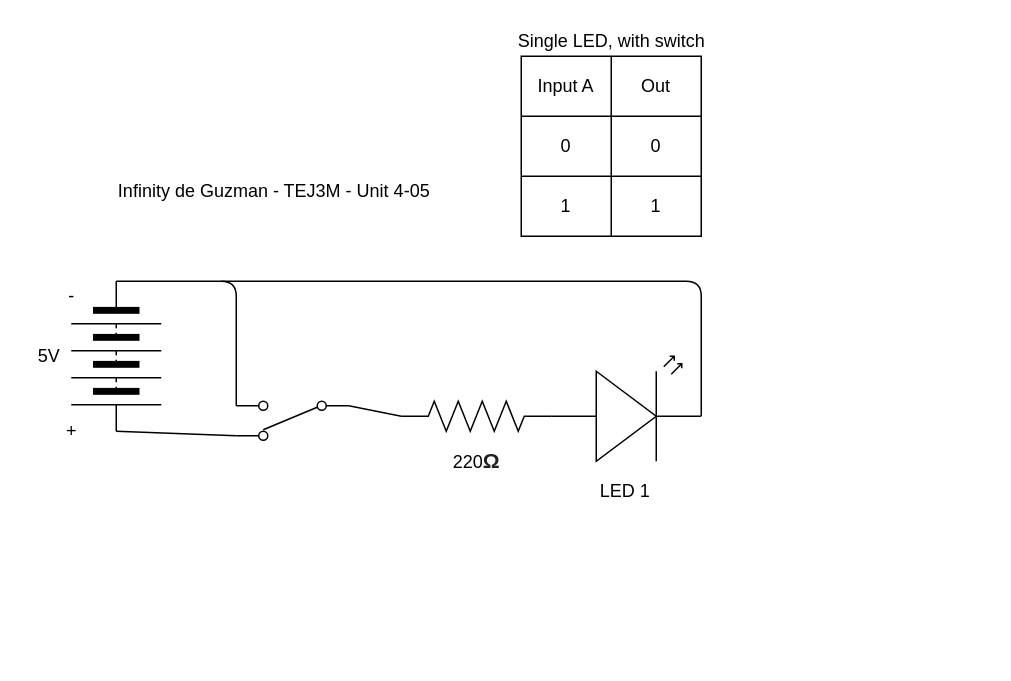
The draw.io diagram Unit4-06.drawio in Infinity-deGuzman/TEJ3M-Unit-4, before the edit. Source tidied: cells renumbered, new cells numbered last; positions are measured from the earlier drawing's top-left corner, leaving out a move shared by most shapes. Both pictures are drawn from the tidied source at 150%, with x=0, y=0 at pixel (26, 26).
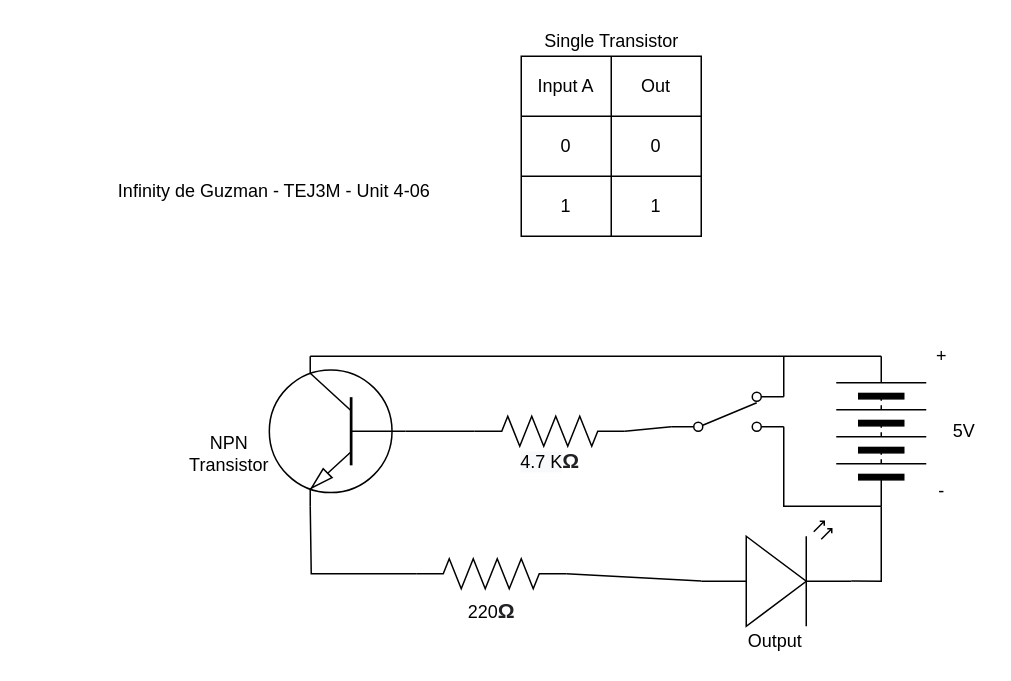
After the change.

What changed in the source:
```diff
@@
-    <mxCell id="2" style="edgeStyle=none;html=1;exitX=1;exitY=0.5;exitDx=0;exitDy=0;entryX=1;entryY=0.115;entryDx=0;entryDy=0;entryPerimeter=0;endArrow=none;endFill=0;" parent="1" edge="1" source="4" target="7">
-      <mxGeometry relative="1" as="geometry" />
-    </mxCell>
-    <mxCell id="3" style="edgeStyle=none;html=1;exitX=0;exitY=0.5;exitDx=0;exitDy=0;entryX=1;entryY=0.885;entryDx=0;entryDy=0;entryPerimeter=0;endArrow=none;endFill=0;" parent="1" edge="1" source="4" target="7">
-      <mxGeometry relative="1" as="geometry">
-        <Array as="points">
-          <mxPoint x="140" y="170" />
-        </Array>
-      </mxGeometry>
-    </mxCell>
-    <mxCell id="4" style="verticalLabelPosition=bottom;shadow=0;dashed=0;align=center;html=1;verticalAlign=top;shape=mxgraph.electrical.miscellaneous.batteryStack;rotation=90;" parent="1" vertex="1">
-      <mxGeometry x="10" y="190" width="100" height="60" as="geometry" />
-    </mxCell>
-    <mxCell id="5" style="verticalLabelPosition=bottom;shadow=0;dashed=0;align=center;html=1;verticalAlign=top;shape=mxgraph.electrical.resistors.resistor_2;" parent="1" vertex="1">
-      <mxGeometry x="250" y="250" width="100" height="20" as="geometry" />
-    </mxCell>
-    <mxCell id="6" style="edgeStyle=none;html=1;exitX=0;exitY=0.885;exitDx=0;exitDy=0;exitPerimeter=0;entryX=0;entryY=0.5;entryDx=0;entryDy=0;entryPerimeter=0;endArrow=none;endFill=0;" parent="1" edge="1" source="7" target="5">
-      <mxGeometry relative="1" as="geometry" />
-    </mxCell>
-    <mxCell id="7" style="verticalLabelPosition=bottom;shadow=0;dashed=0;align=center;html=1;verticalAlign=top;shape=mxgraph.electrical.electro-mechanical.2-way_switch;rotation=-180;" parent="1" vertex="1">
-      <mxGeometry x="140" y="250" width="75" height="26" as="geometry" />
-    </mxCell>
-    <mxCell id="8" style="edgeStyle=none;html=1;exitX=1;exitY=0.57;exitDx=0;exitDy=0;exitPerimeter=0;endArrow=none;endFill=0;" parent="1" edge="1" source="9">
-      <mxGeometry relative="1" as="geometry">
-        <mxPoint x="130" y="170" as="targetPoint" />
-        <Array as="points">
-          <mxPoint x="450" y="170" />
-        </Array>
-      </mxGeometry>
-    </mxCell>
-    <mxCell id="9" style="verticalLabelPosition=bottom;shadow=0;dashed=0;align=center;html=1;verticalAlign=top;shape=mxgraph.electrical.opto_electronics.led_2;" parent="1" vertex="1">
-      <mxGeometry x="350" y="220" width="100" height="70" as="geometry" />
-    </mxCell>
     <mxCell id="10" value="5V" style="text;html=1;align=center;verticalAlign=middle;strokeColor=none;fillColor=none;" parent="1" vertex="1">
-      <mxGeometry y="210" width="30" height="20" as="geometry" />
+      <mxGeometry x="610" y="260" width="30" height="20" as="geometry" />
     </mxCell>
     <mxCell id="11" value="-" style="text;html=1;align=center;verticalAlign=middle;strokeColor=none;fillColor=none;" parent="1" vertex="1">
-      <mxGeometry x="20" y="170" width="20" height="20" as="geometry" />
+      <mxGeometry x="600" y="300" width="20" height="20" as="geometry" />
     </mxCell>
     <mxCell id="12" value="+" style="text;html=1;align=center;verticalAlign=middle;strokeColor=none;fillColor=none;" parent="1" vertex="1">
-      <mxGeometry x="20" y="260" width="20" height="20" as="geometry" />
+      <mxGeometry x="600" y="210" width="20" height="20" as="geometry" />
     </mxCell>
-    <mxCell id="13" value="220&lt;b style=&quot;color: rgb(32 , 33 , 36) ; font-family: &amp;#34;arial&amp;#34; , sans-serif ; font-size: 14px ; text-align: left ; background-color: rgb(255 , 255 , 255)&quot;&gt;Ω&lt;/b&gt;" style="text;html=1;align=center;verticalAlign=middle;strokeColor=none;fillColor=none;" parent="1" vertex="1">
-      <mxGeometry x="275" y="280" width="50" height="20" as="geometry" />
+    <mxCell id="13" value="220&lt;b style=&quot;color: rgb(32 , 33 , 36) ; font-family: &amp;#34;arial&amp;#34; , sans-serif ; font-size: 14px ; text-align: left ; background-color: rgb(255 , 255 , 255)&quot;&gt;Ω&lt;/b&gt;" style="text;html=1;align=center;verticalAlign=middle;strokeColor=none;fillColor=none;rotation=0;" parent="1" vertex="1">
+      <mxGeometry x="285" y="380" width="50" height="20" as="geometry" />
     </mxCell>
-    <mxCell id="14" value="LED 1" style="text;html=1;align=center;verticalAlign=middle;strokeColor=none;fillColor=none;" parent="1" vertex="1">
-      <mxGeometry x="374" y="300" width="50" height="20" as="geometry" />
+    <mxCell id="14" value="Output" style="text;html=1;align=center;verticalAlign=middle;strokeColor=none;fillColor=none;" parent="1" vertex="1">
+      <mxGeometry x="474" y="400" width="50" height="20" as="geometry" />
     </mxCell>
@@
-    <mxCell id="25" value="Single LED, with switch" style="text;html=1;align=center;verticalAlign=middle;strokeColor=none;fillColor=none;" parent="1" vertex="1">
-      <mxGeometry x="320" width="140" height="20" as="geometry" />
+    <mxCell id="25" value="Single Transistor" style="text;html=1;align=center;verticalAlign=middle;strokeColor=none;fillColor=none;" parent="1" vertex="1">
+      <mxGeometry x="335" width="110" height="20" as="geometry" />
     </mxCell>
-    <mxCell id="26" value="Infinity de Guzman - TEJ3M - Unit 4-05" style="text;html=1;align=center;verticalAlign=middle;strokeColor=none;fillColor=none;" parent="1" vertex="1">
+    <mxCell id="26" value="Infinity de Guzman - TEJ3M - Unit 4-06" style="text;html=1;align=center;verticalAlign=middle;strokeColor=none;fillColor=none;" parent="1" vertex="1">
       <mxGeometry x="55" y="100" width="220" height="20" as="geometry" />
     </mxCell>
+    <mxCell id="27" style="edgeStyle=none;rounded=0;jettySize=auto;html=1;exitX=0;exitY=0.5;exitDx=0;exitDy=0;entryX=1;entryY=0.57;entryDx=0;entryDy=0;entryPerimeter=0;endArrow=none;endFill=0;" parent="1" edge="1" source="28" target="32">
+      <mxGeometry relative="1" as="geometry">
+        <Array as="points">
+          <mxPoint x="570" y="370" />
+        </Array>
+      </mxGeometry>
+    </mxCell>
+    <mxCell id="28" style="verticalLabelPosition=bottom;shadow=0;dashed=0;align=center;html=1;verticalAlign=top;shape=mxgraph.electrical.miscellaneous.batteryStack;rotation=-90;" parent="1" vertex="1">
+      <mxGeometry x="520" y="240" width="100" height="60" as="geometry" />
+    </mxCell>
+    <mxCell id="29" style="edgeStyle=none;rounded=0;jettySize=auto;html=1;exitX=1;exitY=0.115;exitDx=0;exitDy=0;exitPerimeter=0;endArrow=none;endFill=0;" parent="1" edge="1" source="31">
+      <mxGeometry relative="1" as="geometry">
+        <mxPoint x="505" y="220" as="targetPoint" />
+      </mxGeometry>
+    </mxCell>
+    <mxCell id="30" style="edgeStyle=none;rounded=0;jettySize=auto;html=1;exitX=1;exitY=0.885;exitDx=0;exitDy=0;exitPerimeter=0;entryX=0;entryY=0.5;entryDx=0;entryDy=0;endArrow=none;endFill=0;" parent="1" edge="1" source="31" target="28">
+      <mxGeometry relative="1" as="geometry">
+        <Array as="points">
+          <mxPoint x="505" y="320" />
+        </Array>
+      </mxGeometry>
+    </mxCell>
+    <mxCell id="31" style="verticalLabelPosition=bottom;shadow=0;dashed=0;align=center;html=1;verticalAlign=top;shape=mxgraph.electrical.electro-mechanical.2-way_switch;rotation=0;" parent="1" vertex="1">
+      <mxGeometry x="430" y="244" width="75" height="26" as="geometry" />
+    </mxCell>
+    <mxCell id="32" style="verticalLabelPosition=bottom;shadow=0;dashed=0;align=center;html=1;verticalAlign=top;shape=mxgraph.electrical.opto_electronics.led_2;" parent="1" vertex="1">
+      <mxGeometry x="450" y="330" width="100" height="70" as="geometry" />
+    </mxCell>
+    <mxCell id="33" style="rounded=0;jettySize=auto;html=1;exitX=1;exitY=0.5;exitDx=0;exitDy=0;exitPerimeter=0;entryX=0;entryY=0.885;entryDx=0;entryDy=0;entryPerimeter=0;endArrow=none;endFill=0;" parent="1" edge="1" source="35" target="31">
+      <mxGeometry relative="1" as="geometry" />
+    </mxCell>
+    <mxCell id="34" style="edgeStyle=none;rounded=0;jettySize=auto;html=1;exitX=0;exitY=0.5;exitDx=0;exitDy=0;exitPerimeter=0;entryX=0;entryY=0.5;entryDx=0;entryDy=0;entryPerimeter=0;endArrow=none;endFill=0;" parent="1" edge="1" source="35" target="37">
+      <mxGeometry relative="1" as="geometry" />
+    </mxCell>
+    <mxCell id="35" style="verticalLabelPosition=bottom;shadow=0;dashed=0;align=center;html=1;verticalAlign=top;shape=mxgraph.electrical.resistors.resistor_2;" parent="1" vertex="1">
+      <mxGeometry x="299" y="260" width="100" height="20" as="geometry" />
+    </mxCell>
+    <mxCell id="36" style="edgeStyle=none;rounded=0;jettySize=auto;html=1;exitX=0.7;exitY=0;exitDx=0;exitDy=0;exitPerimeter=0;entryX=1;entryY=0.5;entryDx=0;entryDy=0;endArrow=none;endFill=0;" parent="1" edge="1" source="37" target="28">
+      <mxGeometry relative="1" as="geometry" />
+    </mxCell>
+    <mxCell id="37" style="verticalLabelPosition=bottom;shadow=0;dashed=0;align=center;html=1;verticalAlign=top;shape=mxgraph.electrical.transistors.npn_transistor_1;rotation=-180;direction=west;flipH=1;" parent="1" vertex="1">
+      <mxGeometry x="160" y="220" width="95" height="100" as="geometry" />
+    </mxCell>
+    <mxCell id="38" style="edgeStyle=none;rounded=0;jettySize=auto;html=1;exitX=1;exitY=0.5;exitDx=0;exitDy=0;exitPerimeter=0;entryX=0;entryY=0.57;entryDx=0;entryDy=0;entryPerimeter=0;endArrow=none;endFill=0;" parent="1" edge="1" source="40" target="32">
+      <mxGeometry relative="1" as="geometry" />
+    </mxCell>
+    <mxCell id="39" style="edgeStyle=none;rounded=0;jettySize=auto;html=1;exitX=0;exitY=0.5;exitDx=0;exitDy=0;exitPerimeter=0;entryX=0.7;entryY=1;entryDx=0;entryDy=0;entryPerimeter=0;endArrow=none;endFill=0;" parent="1" edge="1" source="40" target="37">
+      <mxGeometry relative="1" as="geometry">
+        <Array as="points">
+          <mxPoint x="190" y="365" />
+        </Array>
+      </mxGeometry>
+    </mxCell>
+    <mxCell id="40" style="verticalLabelPosition=bottom;shadow=0;dashed=0;align=center;html=1;verticalAlign=top;shape=mxgraph.electrical.resistors.resistor_2;" parent="1" vertex="1">
+      <mxGeometry x="260" y="355" width="100" height="20" as="geometry" />
+    </mxCell>
+    <mxCell id="41" value="NPN&lt;br&gt;Transistor" style="text;html=1;align=center;verticalAlign=middle;strokeColor=none;fillColor=none;" parent="1" vertex="1">
+      <mxGeometry x="100" y="270" width="70" height="30" as="geometry" />
+    </mxCell>
+    <mxCell id="42" value="&lt;div style=&quot;text-align: center&quot;&gt;&lt;span style=&quot;text-align: left ; background-color: rgb(248 , 249 , 250)&quot;&gt;4.7 K&lt;/span&gt;&lt;b style=&quot;color: rgb(32 , 33 , 36) ; font-family: &amp;#34;arial&amp;#34; , sans-serif ; font-size: 14px ; text-align: left ; background-color: rgb(255 , 255 , 255)&quot;&gt;Ω&lt;/b&gt;&lt;/div&gt;" style="text;html=1;align=center;verticalAlign=middle;strokeColor=none;fillColor=none;rotation=0;" parent="1" vertex="1">
+      <mxGeometry x="324" y="280" width="50" height="20" as="geometry" />
+    </mxCell>
```
